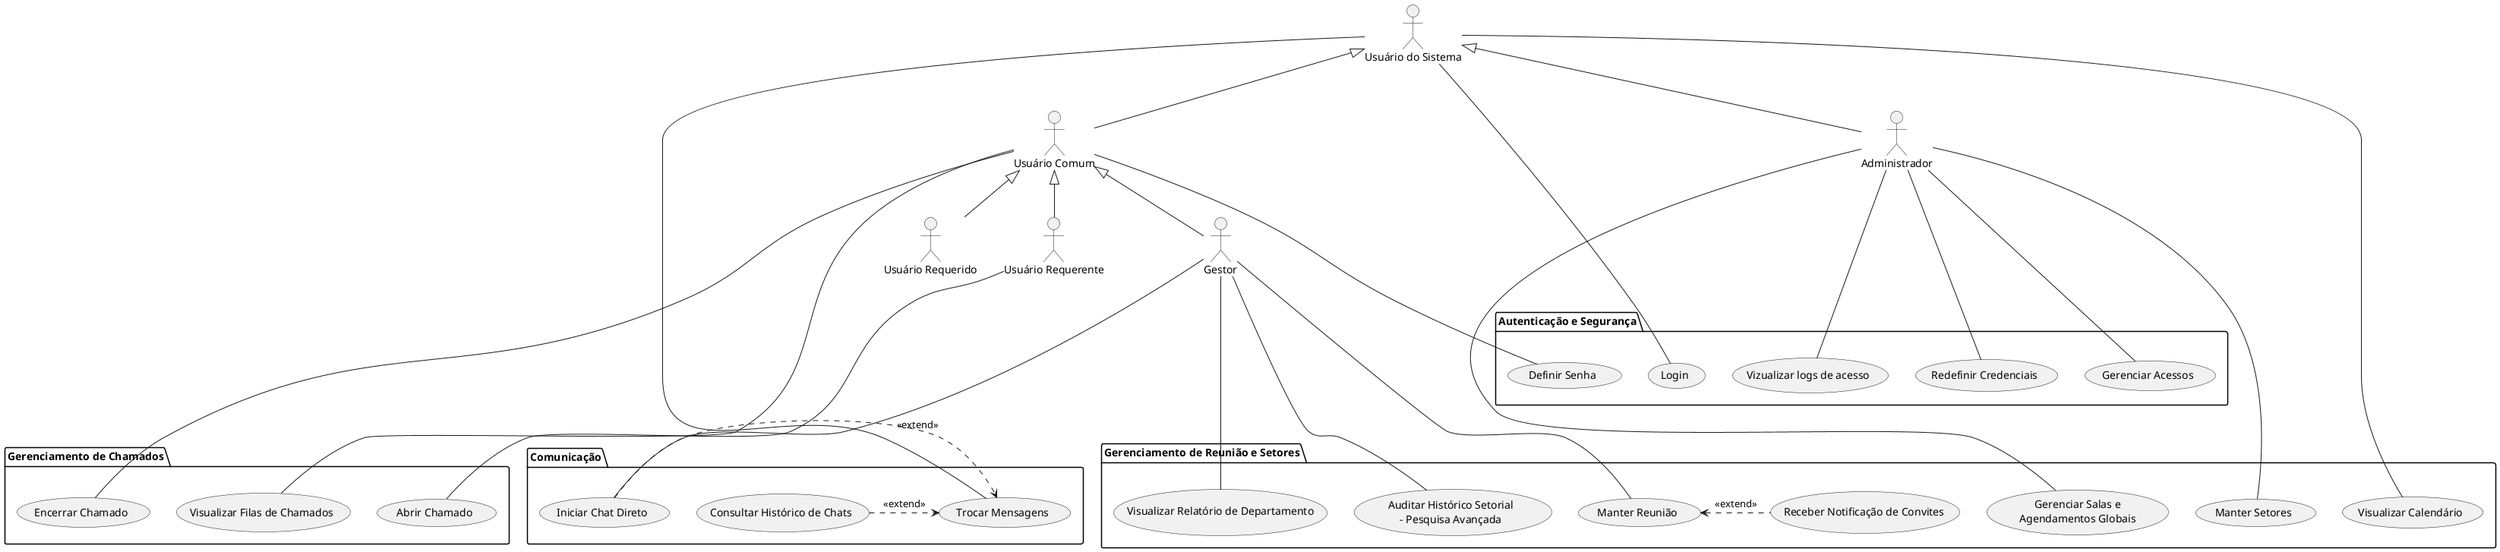
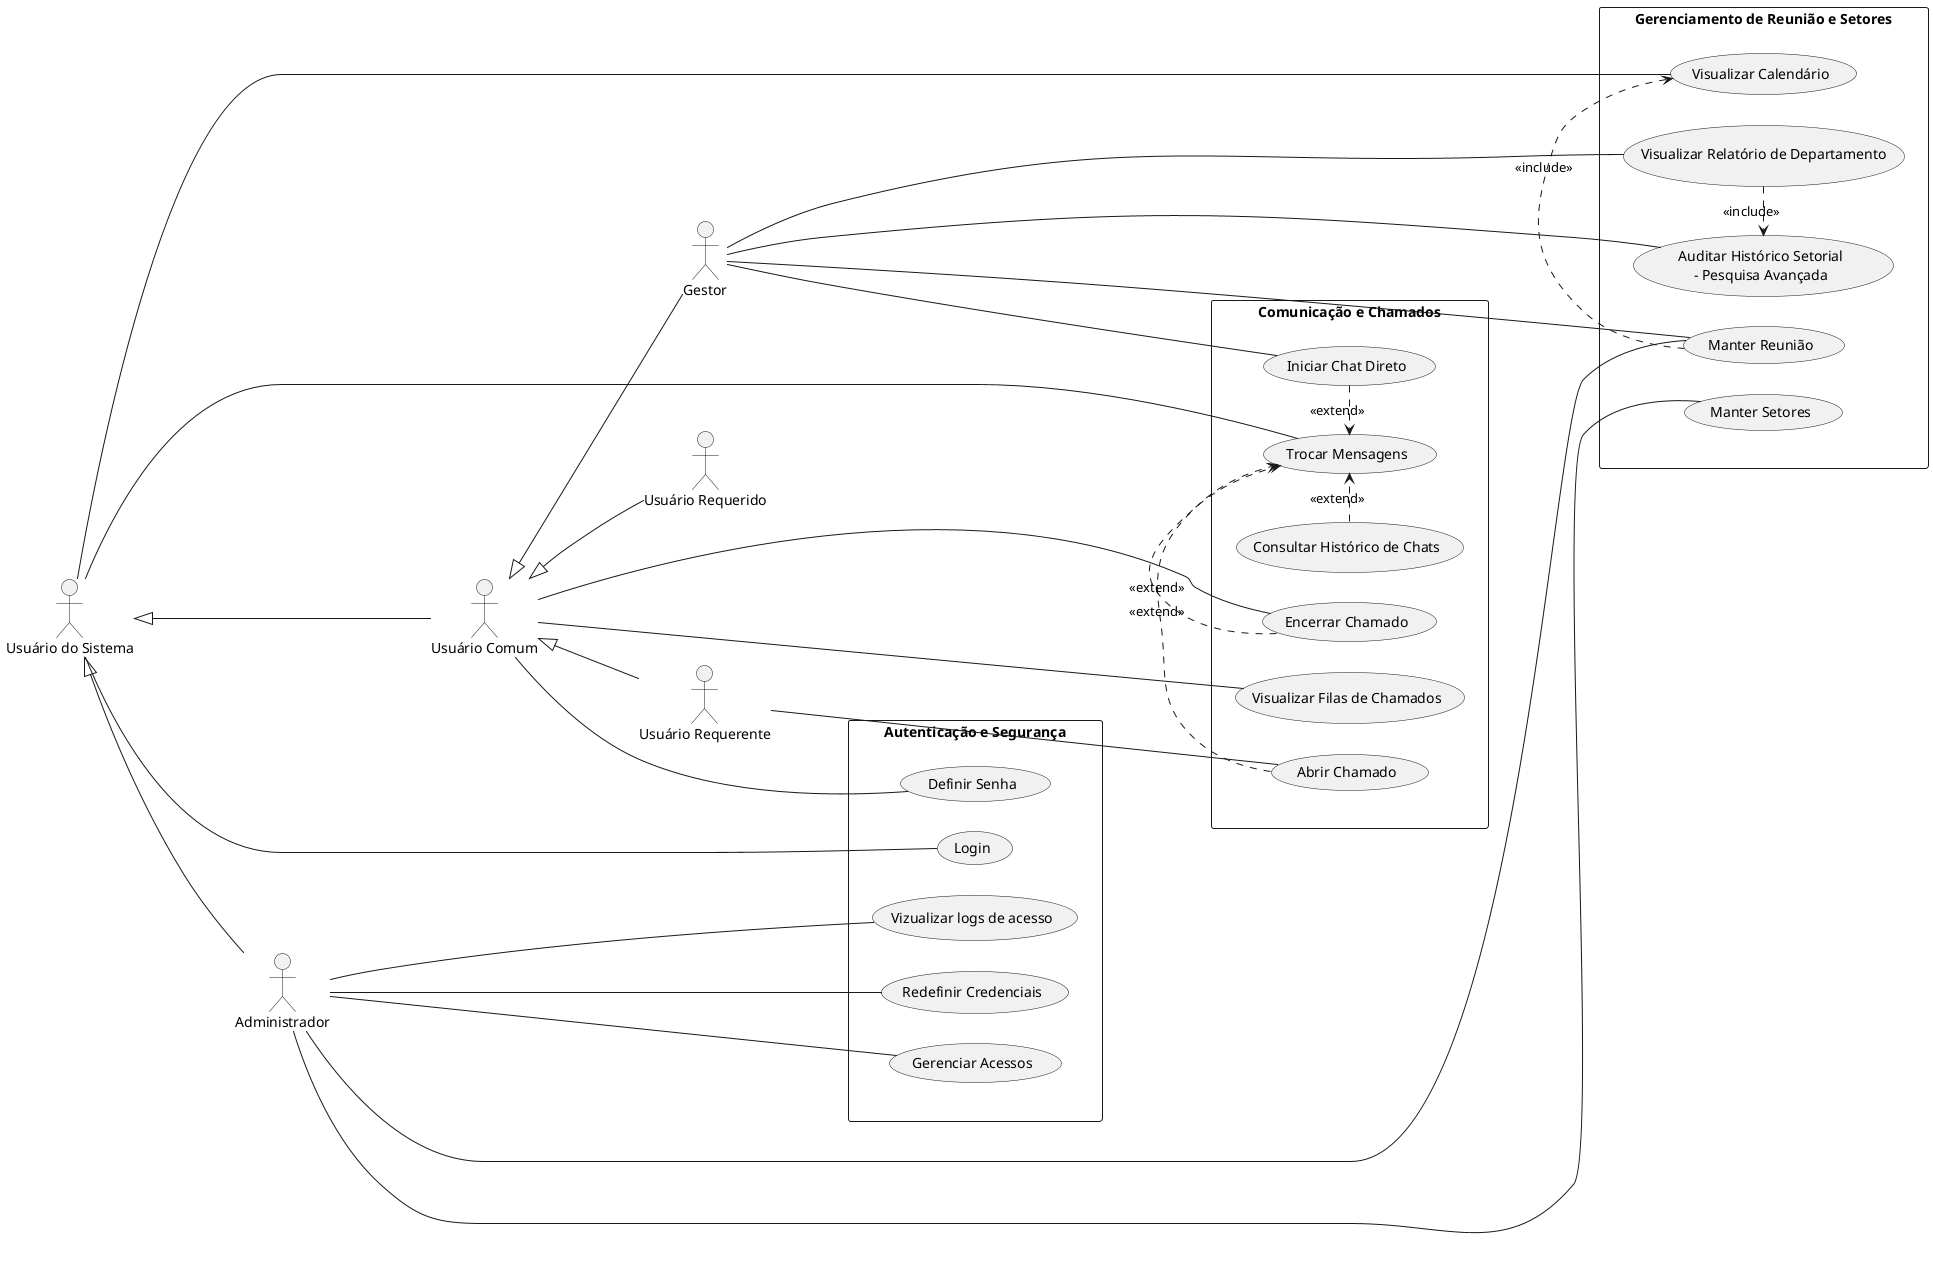
@startuml
+ 
+ ' Configurações estéticas para melhorar o layout e o direcionamento das setas
+ skinparam backgroundcolor #FFFFFF
+ skinparam packageStyle rect
+ skinparam ranksep 100
+ skinparam nodesep 30
+ left to right direction
+ 
+ 
' Definição dos Atores e Hierarquia
actor "Usuário do Sistema" as US
actor "Administrador" as Admin
actor "Usuário Comum" as UC
actor "Usuário Requerente" as UReq
actor "Usuário Requerido" as URec
actor "Gestor" as Gestor


US <|-- Admin
+ Admin -[hidden]down-> UC
US <|-- UC
UC <|-- UReq
UC <|-- URec
UC <|-- Gestor


' Autenticação e Segurança
- package "Autenticação e Segurança" {
+ package "Autenticação e Segurança" as P_Segurança{
    usecase (Login) as UC_Login
    usecase (Definir Senha) as UC_DefinirSenha
    usecase (Redefinir Credenciais) as UC_RedefinirCredenciais
    usecase (Gerenciar Acessos) as UC_GerenciarAcessos
-     usecase (Vizualizar logs de acesso) as UC_logs
+     usecase (Vizualizar logs de acesso) as UC_Auditarlogs
}

- ' Comunicação
- package "Comunicação" {
+ package "Comunicação e Chamados" as P_Comunicação {
    usecase (Trocar Mensagens) as UC_TrocarMensagens
+     usecase (Consultar Histórico de Chats) as UC_Historico
    usecase (Iniciar Chat Direto) as UC_ChatDireto
-     usecase (Consultar Histórico de Chats) as UC_Historico
+     usecase (Abrir Chamado) as UC_AbrirChamado
+     usecase (Encerrar Chamado) as UC_EncerrarChamado
+     usecase (Visualizar Filas de Chamados) as UC_VisualizarFilas
+ 
+     ' Agrupando as extensões para apontarem na mesma direção
+     UC_Historico .right.> UC_TrocarMensagens : <<extend>>
+     UC_ChatDireto .right.> UC_TrocarMensagens : <<extend>>
+     UC_AbrirChamado .right.> UC_TrocarMensagens : <<extend>>
+     UC_EncerrarChamado .right.> UC_TrocarMensagens : <<extend>>
}

- ' Gerenciamento de Chamados
- package "Gerenciamento de Chamados" {
-     usecase (Abrir Chamado) as UC_AbrirChamado
-     usecase (Visualizar Filas de Chamados) as UC_VisualizarFilas
-     usecase (Encerrar Chamado) as UC_EncerrarChamado

+ 
+ package "Gerenciamento de Reunião e Setores" as P_Reunião {
+     usecase (Manter Reunião) as UC_ManterReuniao
+     usecase (Visualizar Calendário) as UC_Calendario
+     usecase (Manter Setores) as UC_ManterSetores
+     usecase (Visualizar Relatório de Departamento) as UC_Relatorio
+     usecase (Auditar Histórico Setorial\n- Pesquisa Avançada) as UC_Historico_Departamento
+ 
+     UC_ManterReuniao .right.> UC_Calendario : <<include>>
+     UC_Relatorio .right.> UC_Historico_Departamento : <<include>>
}

- package "Gerenciamento de Reunião e Setores" {
-     usecase (Manter Reunião) as UC_ManterReuniao
-     usecase (Visualizar Calendário) as UC_Calendario
-     usecase (Receber Notificação de Convites) as UC_NotificaConvite
-     usecase (Manter Setores) as UC_Setores
-     usecase (Visualizar Relatório de Departamento) as UC_Relatorio
-     usecase (Auditar Histórico Setorial\n- Pesquisa Avançada) as UC_Historico_Departamento
-     usecase (Gerenciar Salas e\nAgendamentos Globais) as UC_GerenciarSalas
- }
- 
+ ' Força o posicionamento vertical dos pacotes para evitar sobreposição
+ P_Segurança -[hidden]down-> P_Comunicação
+ P_Comunicação -[hidden]down-> P_Reunião



' Usuário do Sistema (todos herdam)
US --- UC_Login
US --- UC_TrocarMensagens
US --- UC_Calendario
- UC_Historico .> UC_TrocarMensagens : <<extend>>
+ 

' Usuário Comum
UC --- UC_DefinirSenha
'(essa de definir senha eu não tenho certeza)
UC --- UC_EncerrarChamado
UC --- UC_VisualizarFilas

' Usuário Requerente
UReq --- UC_AbrirChamado

' Gestor
Gestor --- UC_ChatDireto
Gestor --- UC_ManterReuniao
Gestor --- UC_Relatorio
Gestor --- UC_Historico_Departamento
- UC_ChatDireto .> UC_TrocarMensagens : <<extend>>
- UC_ManterReuniao <. UC_NotificaConvite: <<extend>>
+ 

' Administrador
Admin --- UC_GerenciarAcessos
Admin --- UC_RedefinirCredenciais
- Admin --- UC_GerenciarSalas
- Admin --- UC_Setores
- Admin --- UC_logs
+ Admin --- UC_ManterReuniao
+ Admin --- UC_ManterSetores
+ Admin --- UC_Auditarlogs

@enduml